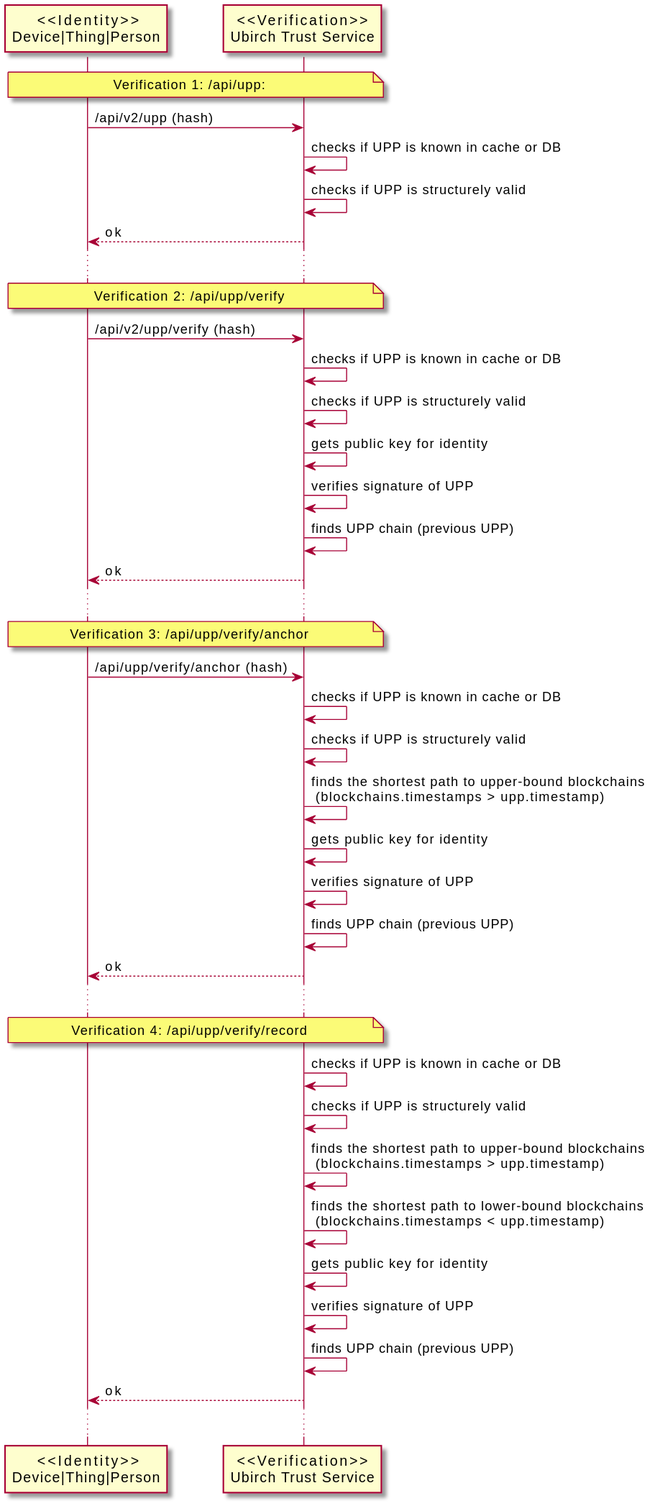
The PlantUML diagram .images/Verification.svg in ubirch/ubirch-event-log, before a commit.
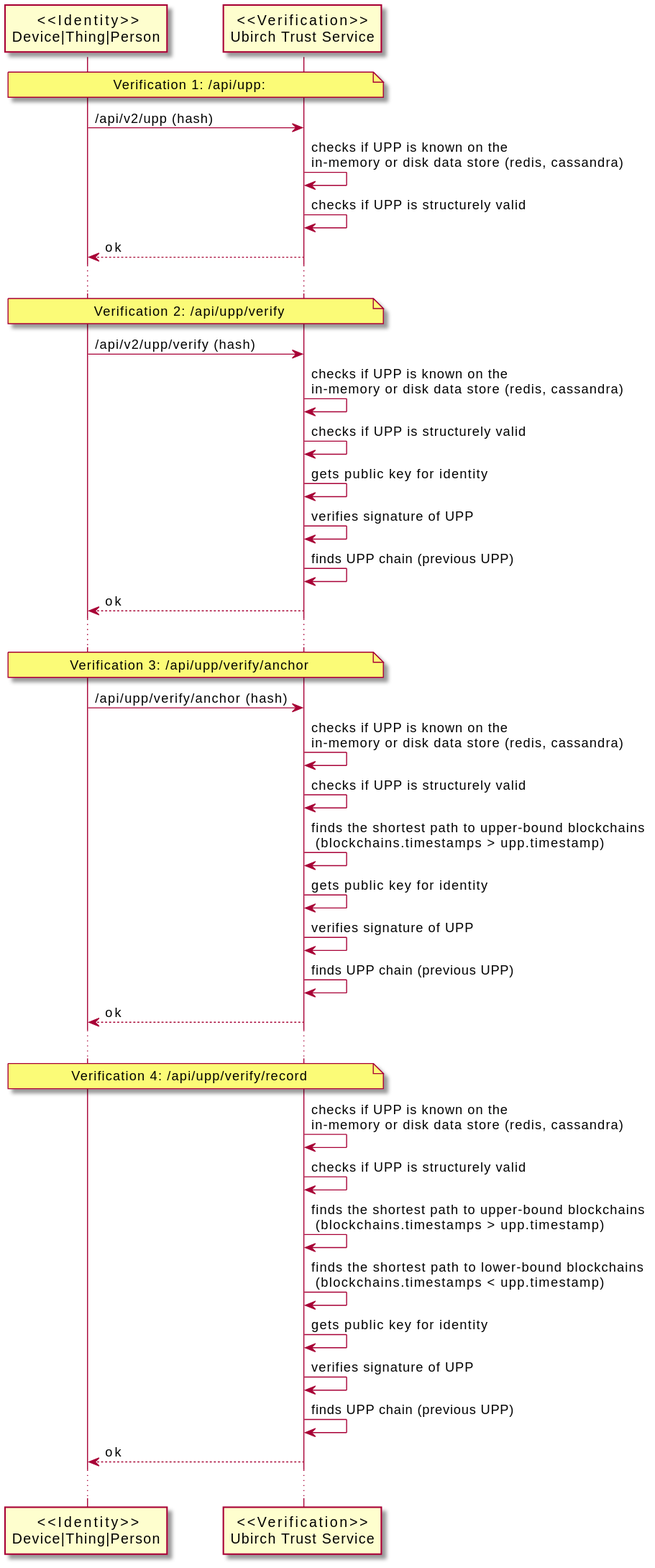
After the change.

Diff of the diagram source:
```diff
@@ -11,13 +11,13 @@
 
 note across: Verification 1: /api/upp:
 identity -> trust_service_verification:/api/v2/upp (hash)
-trust_service_verification -> trust_service_verification: checks if UPP is known in cache or DB
+trust_service_verification -> trust_service_verification: checks if UPP is known on the\nin-memory or disk data store (redis, cassandra)
 trust_service_verification -> trust_service_verification: checks if UPP is structurely valid
 identity <-- trust_service_verification: ok
 ......
 note across: Verification 2: /api/upp/verify
 identity -> trust_service_verification:/api/v2/upp/verify (hash)
-trust_service_verification -> trust_service_verification: checks if UPP is known in cache or DB
+trust_service_verification -> trust_service_verification: checks if UPP is known on the\nin-memory or disk data store (redis, cassandra)
 trust_service_verification -> trust_service_verification: checks if UPP is structurely valid
 trust_service_verification -> trust_service_verification: gets public key for identity
 trust_service_verification -> trust_service_verification: verifies signature of UPP
@@ -26,7 +26,7 @@
 ......
 note across: Verification 3: /api/upp/verify/anchor
 identity -> trust_service_verification:/api/upp/verify/anchor  (hash)
-trust_service_verification -> trust_service_verification: checks if UPP is known in cache or DB
+trust_service_verification -> trust_service_verification: checks if UPP is known on the\nin-memory or disk data store (redis, cassandra)
 trust_service_verification -> trust_service_verification: checks if UPP is structurely valid
 trust_service_verification -> trust_service_verification: finds the shortest path to upper-bound blockchains \n (blockchains.timestamps > upp.timestamp)
 trust_service_verification -> trust_service_verification: gets public key for identity
@@ -35,7 +35,7 @@
 identity <-- trust_service_verification: ok
 ......
 note across: Verification 4: /api/upp/verify/record
-trust_service_verification -> trust_service_verification: checks if UPP is known in cache or DB
+trust_service_verification -> trust_service_verification: checks if UPP is known on the\nin-memory or disk data store (redis, cassandra)
 trust_service_verification -> trust_service_verification: checks if UPP is structurely valid
 trust_service_verification -> trust_service_verification: finds the shortest path to upper-bound blockchains \n (blockchains.timestamps > upp.timestamp)
 trust_service_verification -> trust_service_verification: finds the shortest path to lower-bound blockchains \n (blockchains.timestamps < upp.timestamp)
```
